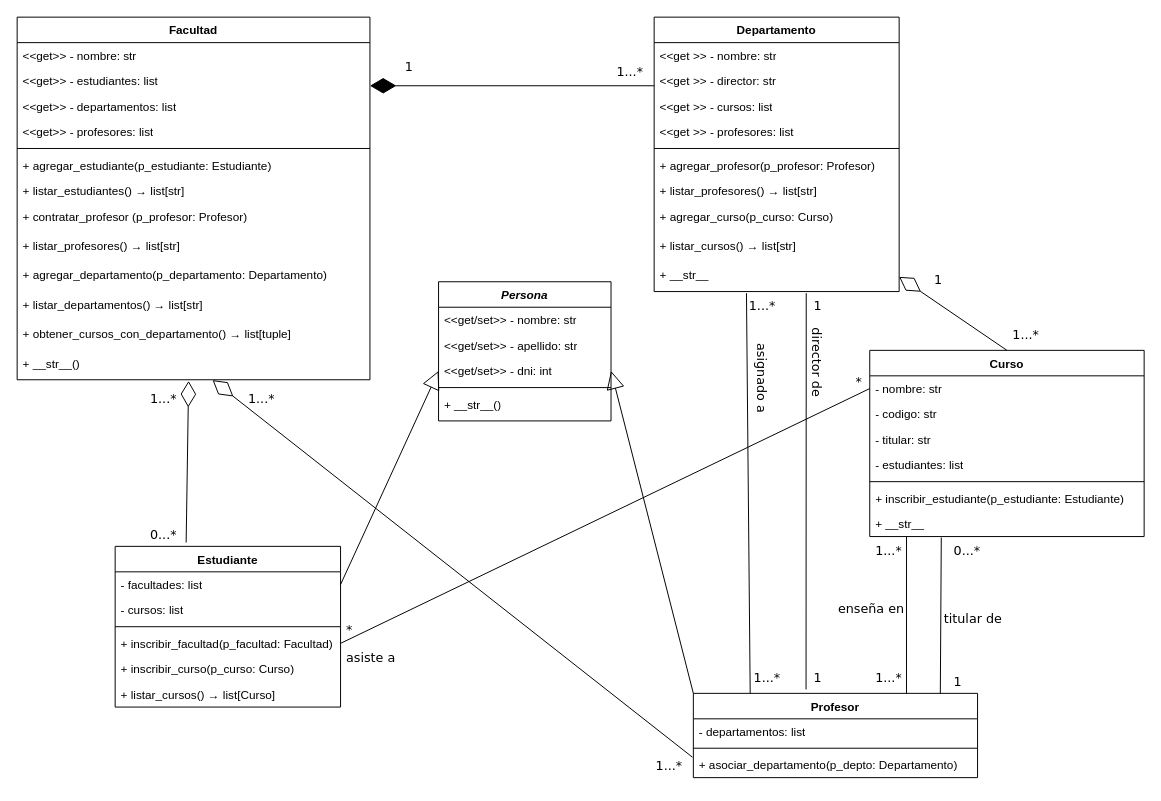
This is TrabajoPractico_2/proyecto1/docs/diagrama_UML_p1.drawio from FelipeCarrozzo/prog_avanzada, a draw.io file, before an edit. Source tidied: cells renumbered, new cells numbered last; positions are measured from the earlier drawing's top-left corner, leaving out a move shared by most shapes. Both pictures are drawn from the tidied source at 98%, with x=0, y=0 at pixel (17, 17).
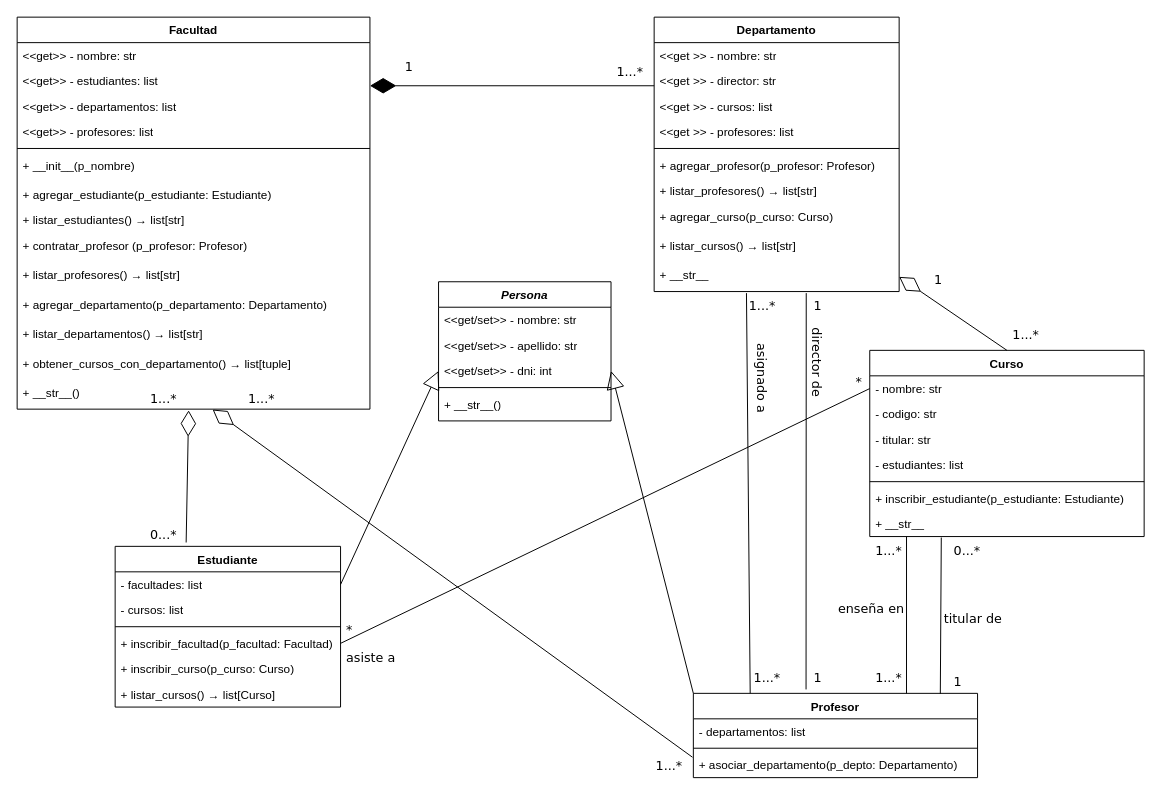
Above is the later version.

Diff of the diagram source:
```diff
@@
     <mxCell id="2" value="Facultad" style="swimlane;fontStyle=1;align=center;verticalAlign=top;horizontal=1;startSize=26;whiteSpace=wrap;html=1;" parent="1" vertex="1">
-      <mxGeometry width="360" height="370" as="geometry" />
+      <mxGeometry width="360" height="400" as="geometry" />
     </mxCell>
@@
+    <mxCell id="86" value="+ __init__(p_nombre)&amp;nbsp;" style="text;strokeColor=none;fillColor=none;align=left;verticalAlign=top;spacingLeft=4;spacingRight=4;overflow=hidden;whiteSpace=wrap;html=1;" parent="2" vertex="1">
+      <mxGeometry y="138" width="360" height="30" as="geometry" />
+    </mxCell>
     <mxCell id="8" value="+ agregar_estudiante(p_estudiante: Estudiante)" style="text;strokeColor=none;fillColor=none;align=left;verticalAlign=top;spacingLeft=4;spacingRight=4;overflow=hidden;whiteSpace=wrap;html=1;" parent="2" vertex="1">
-      <mxGeometry y="138" width="360" height="26" as="geometry" />
+      <mxGeometry y="168" width="360" height="26" as="geometry" />
     </mxCell>
     <mxCell id="9" value="+ listar_estudiantes()&amp;nbsp;→ list[str]" style="text;strokeColor=none;fillColor=none;align=left;verticalAlign=top;spacingLeft=4;spacingRight=4;overflow=hidden;whiteSpace=wrap;html=1;" parent="2" vertex="1">
-      <mxGeometry y="164" width="360" height="26" as="geometry" />
+      <mxGeometry y="194" width="360" height="26" as="geometry" />
     </mxCell>
     <mxCell id="10" value="+ contratar_profesor (p_profesor: Profesor)" style="text;strokeColor=none;fillColor=none;align=left;verticalAlign=top;spacingLeft=4;spacingRight=4;overflow=hidden;whiteSpace=wrap;html=1;" parent="2" vertex="1">
-      <mxGeometry y="190" width="360" height="30" as="geometry" />
+      <mxGeometry y="220" width="360" height="30" as="geometry" />
     </mxCell>
     <mxCell id="11" value="+ listar_profesores()&amp;nbsp;→ list[str]" style="text;strokeColor=none;fillColor=none;align=left;verticalAlign=top;spacingLeft=4;spacingRight=4;overflow=hidden;whiteSpace=wrap;html=1;" parent="2" vertex="1">
-      <mxGeometry y="220" width="360" height="30" as="geometry" />
+      <mxGeometry y="250" width="360" height="30" as="geometry" />
     </mxCell>
     <mxCell id="12" value="+ agregar_departamento(p_departamento: Departamento)" style="text;strokeColor=none;fillColor=none;align=left;verticalAlign=top;spacingLeft=4;spacingRight=4;overflow=hidden;whiteSpace=wrap;html=1;" parent="2" vertex="1">
-      <mxGeometry y="250" width="360" height="30" as="geometry" />
+      <mxGeometry y="280" width="360" height="30" as="geometry" />
     </mxCell>
     <mxCell id="13" value="+ listar_departamentos()&amp;nbsp;→ list[str]" style="text;strokeColor=none;fillColor=none;align=left;verticalAlign=top;spacingLeft=4;spacingRight=4;overflow=hidden;whiteSpace=wrap;html=1;" parent="2" vertex="1">
-      <mxGeometry y="280" width="360" height="30" as="geometry" />
+      <mxGeometry y="310" width="360" height="30" as="geometry" />
     </mxCell>
     <mxCell id="14" value="+ obtener_cursos_con_departamento()&amp;nbsp;→ list[tuple]" style="text;strokeColor=none;fillColor=none;align=left;verticalAlign=top;spacingLeft=4;spacingRight=4;overflow=hidden;whiteSpace=wrap;html=1;" parent="2" vertex="1">
-      <mxGeometry y="310" width="360" height="30" as="geometry" />
+      <mxGeometry y="340" width="360" height="30" as="geometry" />
     </mxCell>
     <mxCell id="15" value="+ __str__()&amp;nbsp;" style="text;strokeColor=none;fillColor=none;align=left;verticalAlign=top;spacingLeft=4;spacingRight=4;overflow=hidden;points=[[0,0.5],[1,0.5]];portConstraint=eastwest;whiteSpace=wrap;html=1;" parent="2" vertex="1">
-      <mxGeometry y="340" width="360" height="30" as="geometry" />
+      <mxGeometry y="370" width="360" height="30" as="geometry" />
     </mxCell>
```
